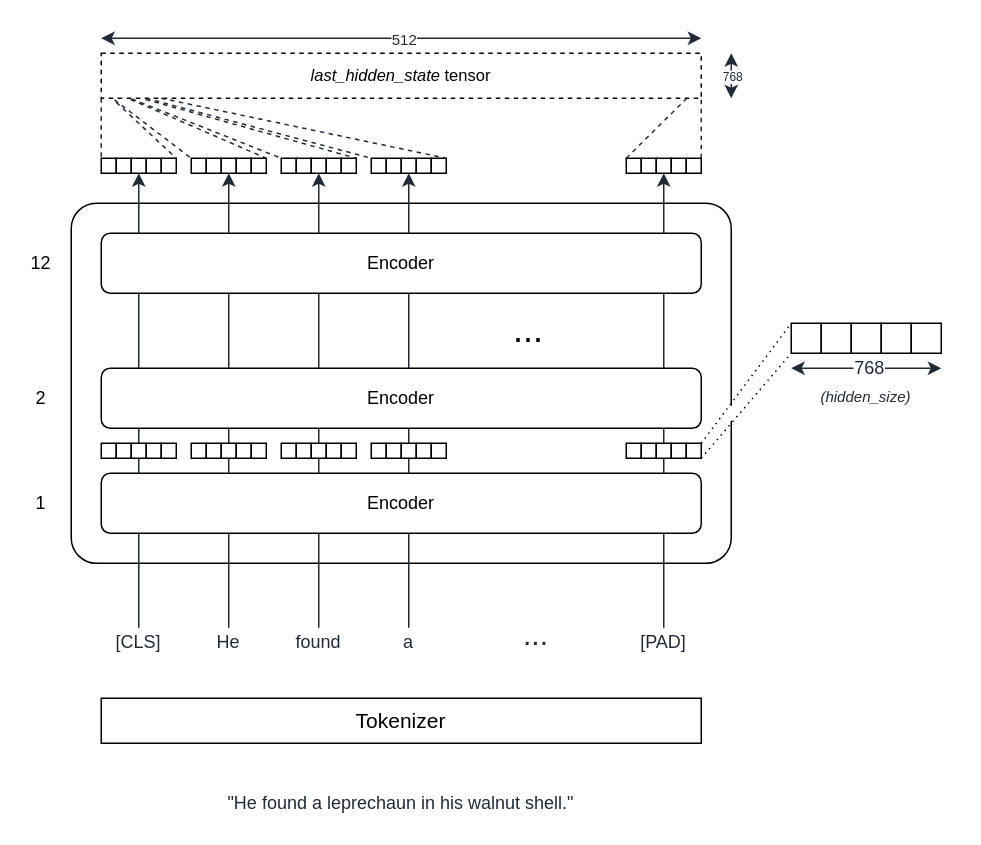
Above: assets/images/bert_internal.drawio in jamescalam/transformers (draw.io), before the change. Source tidied: cells renumbered, new cells numbered last; positions are measured from the earlier drawing's top-left corner, leaving out a move shared by most shapes. Both pictures are drawn from the tidied source at 150%, with x=0, y=0 at pixel (26, 38).
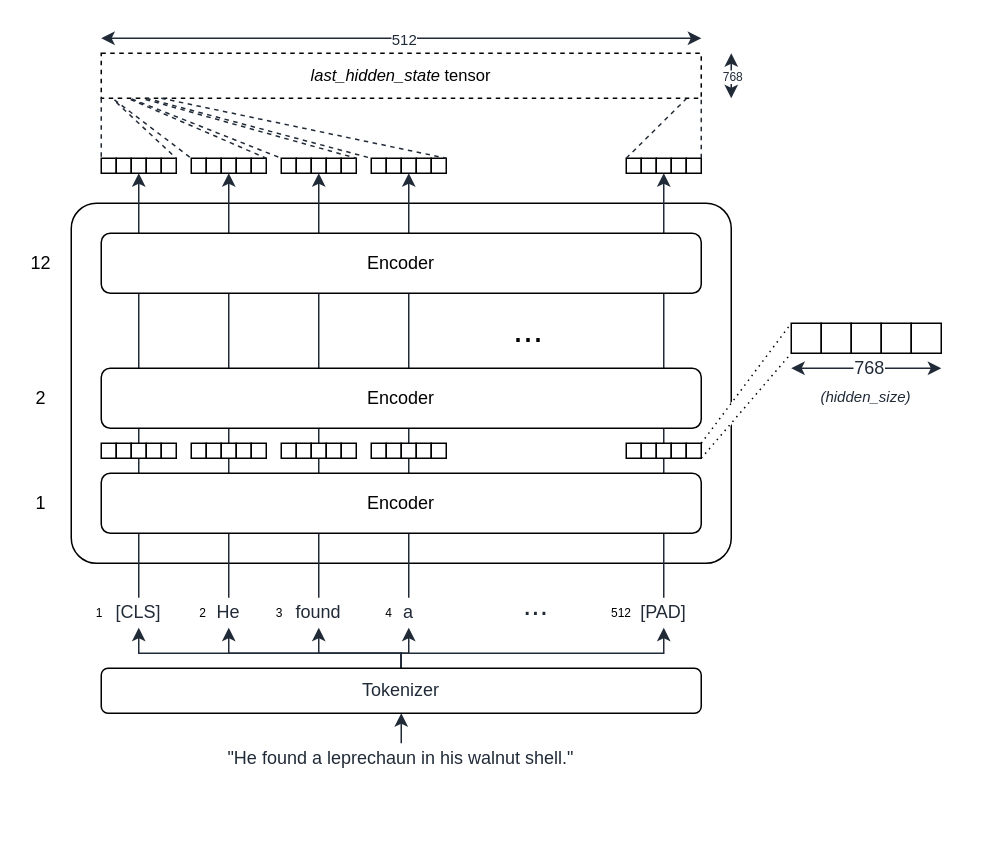
The same page after the edit.

Change to the diagram source:
```diff
@@
-    <mxCell id="3" style="rounded=0;whiteSpace=wrap;html=1;dashed=1;fontSize=12;fontColor=#212B38;strokeColor=none;" parent="1" vertex="1">
-      <mxGeometry x="462" y="245" width="20" height="10" as="geometry" />
+    <mxCell id="3" style="rounded=0;whiteSpace=wrap;html=1;dashed=1;fontSize=12;fontColor=#212B38;strokeColor=none;rotation=-48;" parent="1" vertex="1">
+      <mxGeometry x="462" y="243" width="20" height="10" as="geometry" />
     </mxCell>
@@
-    <mxCell id="11" value="&lt;font style=&quot;font-size: 14px&quot;&gt;Tokenizer&lt;/font&gt;" style="rounded=0;whiteSpace=wrap;html=1;" parent="1" vertex="1">
-      <mxGeometry x="50" y="440" width="400" height="30" as="geometry" />
-    </mxCell>
@@
+    <mxCell id="121" style="edgeStyle=orthogonalEdgeStyle;rounded=0;jettySize=auto;html=1;exitX=0.5;exitY=0;exitDx=0;exitDy=0;entryX=0.5;entryY=1;entryDx=0;entryDy=0;fontSize=12;fontColor=#212B38;strokeColor=#212B38;strokeWidth=1;" parent="1" edge="1" source="19" target="11">
+      <mxGeometry relative="1" as="geometry" />
+    </mxCell>
     <mxCell id="19" value="&quot;He found a leprechaun in his walnut shell.&quot;" style="text;html=1;strokeColor=none;fillColor=none;align=center;verticalAlign=middle;whiteSpace=wrap;rounded=0;fontColor=#212B38;" parent="1" vertex="1">
-      <mxGeometry x="75" y="500" width="350" height="20" as="geometry" />
+      <mxGeometry x="75" y="470" width="350" height="20" as="geometry" />
     </mxCell>
     <mxCell id="20" value="[CLS]" style="text;html=1;strokeColor=none;fillColor=none;align=center;verticalAlign=middle;whiteSpace=wrap;rounded=0;fontColor=#212B38;" parent="1" vertex="1">
-      <mxGeometry x="50" y="393" width="50" height="20" as="geometry" />
+      <mxGeometry x="50" y="373" width="50" height="20" as="geometry" />
     </mxCell>
     <mxCell id="21" value="He" style="text;html=1;strokeColor=none;fillColor=none;align=center;verticalAlign=middle;whiteSpace=wrap;rounded=0;fontColor=#212B38;" parent="1" vertex="1">
-      <mxGeometry x="110" y="393" width="50" height="20" as="geometry" />
+      <mxGeometry x="110" y="373" width="50" height="20" as="geometry" />
     </mxCell>
     <mxCell id="22" value="found" style="text;html=1;strokeColor=none;fillColor=none;align=center;verticalAlign=middle;whiteSpace=wrap;rounded=0;fontColor=#212B38;" parent="1" vertex="1">
-      <mxGeometry x="170" y="393" width="50" height="20" as="geometry" />
+      <mxGeometry x="170" y="373" width="50" height="20" as="geometry" />
     </mxCell>
     <mxCell id="23" value="a" style="text;html=1;strokeColor=none;fillColor=none;align=center;verticalAlign=middle;whiteSpace=wrap;rounded=0;fontColor=#212B38;" parent="1" vertex="1">
-      <mxGeometry x="230" y="393" width="50" height="20" as="geometry" />
+      <mxGeometry x="230" y="373" width="50" height="20" as="geometry" />
     </mxCell>
     <mxCell id="24" value="[PAD]" style="text;html=1;strokeColor=none;fillColor=none;align=center;verticalAlign=middle;whiteSpace=wrap;rounded=0;fontColor=#212B38;" parent="1" vertex="1">
-      <mxGeometry x="400" y="393" width="50" height="20" as="geometry" />
+      <mxGeometry x="400" y="373" width="50" height="20" as="geometry" />
     </mxCell>
     <mxCell id="25" value="..." style="text;html=1;strokeColor=none;fillColor=none;align=center;verticalAlign=middle;whiteSpace=wrap;rounded=0;fontSize=20;fontColor=#212B38;" parent="1" vertex="1">
-      <mxGeometry x="315" y="380" width="50" height="33" as="geometry" />
+      <mxGeometry x="315" y="360" width="50" height="33" as="geometry" />
     </mxCell>
@@
+    <mxCell id="122" value="1" style="text;html=1;strokeColor=none;fillColor=none;align=center;verticalAlign=middle;whiteSpace=wrap;rounded=0;fontSize=8;" parent="1" vertex="1">
+      <mxGeometry x="44" y="376.5" width="10" height="13" as="geometry" />
+    </mxCell>
+    <mxCell id="123" value="2" style="text;html=1;strokeColor=none;fillColor=none;align=center;verticalAlign=middle;whiteSpace=wrap;rounded=0;fontSize=8;" parent="1" vertex="1">
+      <mxGeometry x="113" y="376.5" width="10" height="13" as="geometry" />
+    </mxCell>
+    <mxCell id="124" value="3" style="text;html=1;strokeColor=none;fillColor=none;align=center;verticalAlign=middle;whiteSpace=wrap;rounded=0;fontSize=8;" parent="1" vertex="1">
+      <mxGeometry x="164" y="376.5" width="10" height="13" as="geometry" />
+    </mxCell>
+    <mxCell id="125" value="4" style="text;html=1;strokeColor=none;fillColor=none;align=center;verticalAlign=middle;whiteSpace=wrap;rounded=0;fontSize=8;" parent="1" vertex="1">
+      <mxGeometry x="237" y="376.5" width="10" height="13" as="geometry" />
+    </mxCell>
+    <mxCell id="126" value="512" style="text;html=1;strokeColor=none;fillColor=none;align=center;verticalAlign=middle;whiteSpace=wrap;rounded=0;fontSize=8;" parent="1" vertex="1">
+      <mxGeometry x="390" y="376.5" width="14" height="13" as="geometry" />
+    </mxCell>
+    <mxCell id="127" style="edgeStyle=orthogonalEdgeStyle;rounded=0;jettySize=auto;html=1;exitX=0.5;exitY=0;exitDx=0;exitDy=0;entryX=0.5;entryY=1;entryDx=0;entryDy=0;fontSize=12;fontColor=#212B38;strokeColor=#212B38;strokeWidth=1;" parent="1" edge="1" source="11" target="20">
+      <mxGeometry relative="1" as="geometry">
+        <Array as="points">
+          <mxPoint x="250" y="410" />
+          <mxPoint x="75" y="410" />
+        </Array>
+      </mxGeometry>
+    </mxCell>
+    <mxCell id="128" style="edgeStyle=orthogonalEdgeStyle;rounded=0;jettySize=auto;html=1;exitX=0.5;exitY=0;exitDx=0;exitDy=0;entryX=0.5;entryY=1;entryDx=0;entryDy=0;fontSize=12;fontColor=#212B38;strokeColor=#212B38;strokeWidth=1;" parent="1" edge="1" source="11" target="21">
+      <mxGeometry relative="1" as="geometry">
+        <Array as="points">
+          <mxPoint x="250" y="410" />
+          <mxPoint x="135" y="410" />
+        </Array>
+      </mxGeometry>
+    </mxCell>
+    <mxCell id="129" style="edgeStyle=orthogonalEdgeStyle;rounded=0;jettySize=auto;html=1;exitX=0.5;exitY=0;exitDx=0;exitDy=0;entryX=0.5;entryY=1;entryDx=0;entryDy=0;fontSize=12;fontColor=#212B38;strokeColor=#212B38;strokeWidth=1;" parent="1" edge="1" source="11" target="22">
+      <mxGeometry relative="1" as="geometry">
+        <Array as="points">
+          <mxPoint x="250" y="410" />
+          <mxPoint x="195" y="410" />
+        </Array>
+      </mxGeometry>
+    </mxCell>
+    <mxCell id="130" style="edgeStyle=orthogonalEdgeStyle;rounded=0;jettySize=auto;html=1;exitX=0.5;exitY=0;exitDx=0;exitDy=0;entryX=0.5;entryY=1;entryDx=0;entryDy=0;fontSize=12;fontColor=#212B38;strokeColor=#212B38;strokeWidth=1;" parent="1" edge="1" source="11" target="23">
+      <mxGeometry relative="1" as="geometry">
+        <Array as="points">
+          <mxPoint x="250" y="410" />
+          <mxPoint x="255" y="410" />
+        </Array>
+      </mxGeometry>
+    </mxCell>
+    <mxCell id="131" style="edgeStyle=orthogonalEdgeStyle;rounded=0;jettySize=auto;html=1;exitX=0.5;exitY=0;exitDx=0;exitDy=0;entryX=0.5;entryY=1;entryDx=0;entryDy=0;fontSize=12;fontColor=#212B38;strokeColor=#212B38;strokeWidth=1;" parent="1" edge="1" source="11" target="24">
+      <mxGeometry relative="1" as="geometry">
+        <Array as="points">
+          <mxPoint x="250" y="410" />
+          <mxPoint x="425" y="410" />
+        </Array>
+      </mxGeometry>
+    </mxCell>
+    <mxCell id="11" value="Tokenizer" style="rounded=1;whiteSpace=wrap;html=1;fontSize=12;fontColor=#212B38;" parent="1" vertex="1">
+      <mxGeometry x="50" y="420" width="400" height="30" as="geometry" />
+    </mxCell>
```
